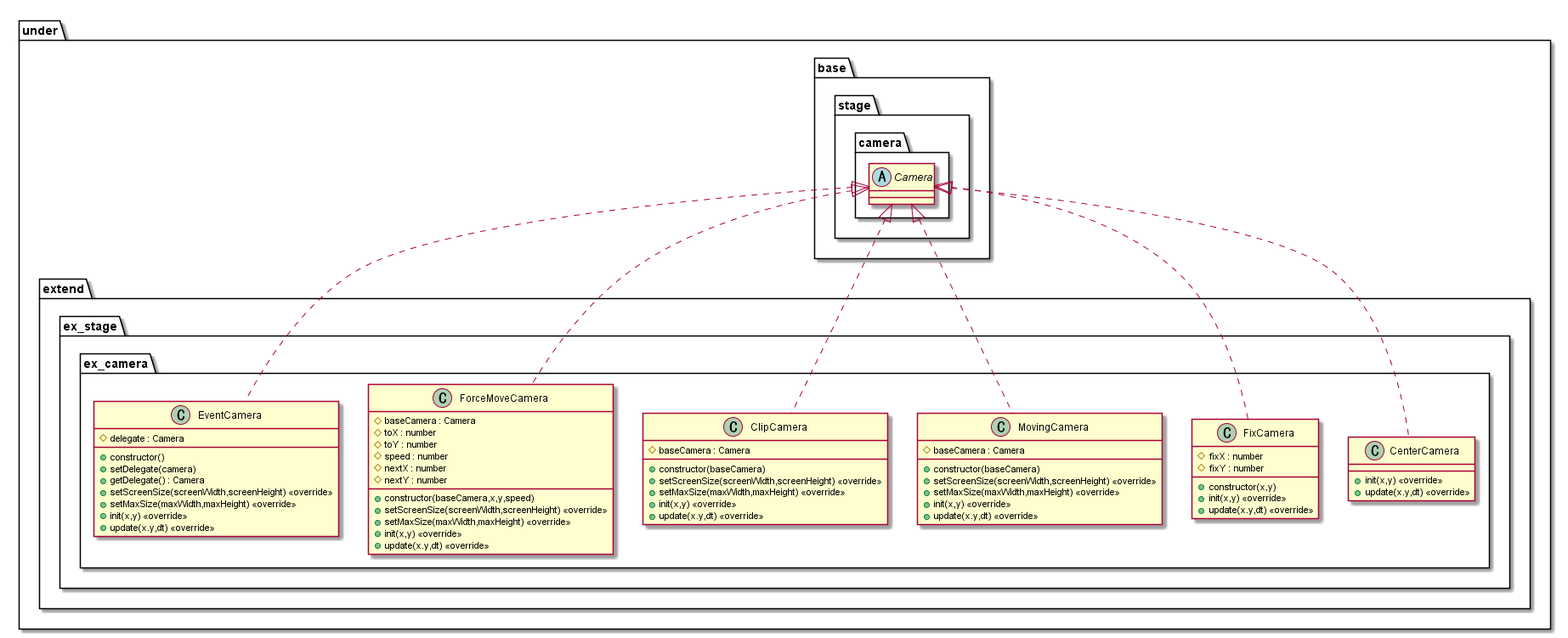
Before: out/uml/stage/ExtendCamera/StageExtendCamera.png, a diagram exported from PlantUML (Expine/Under).
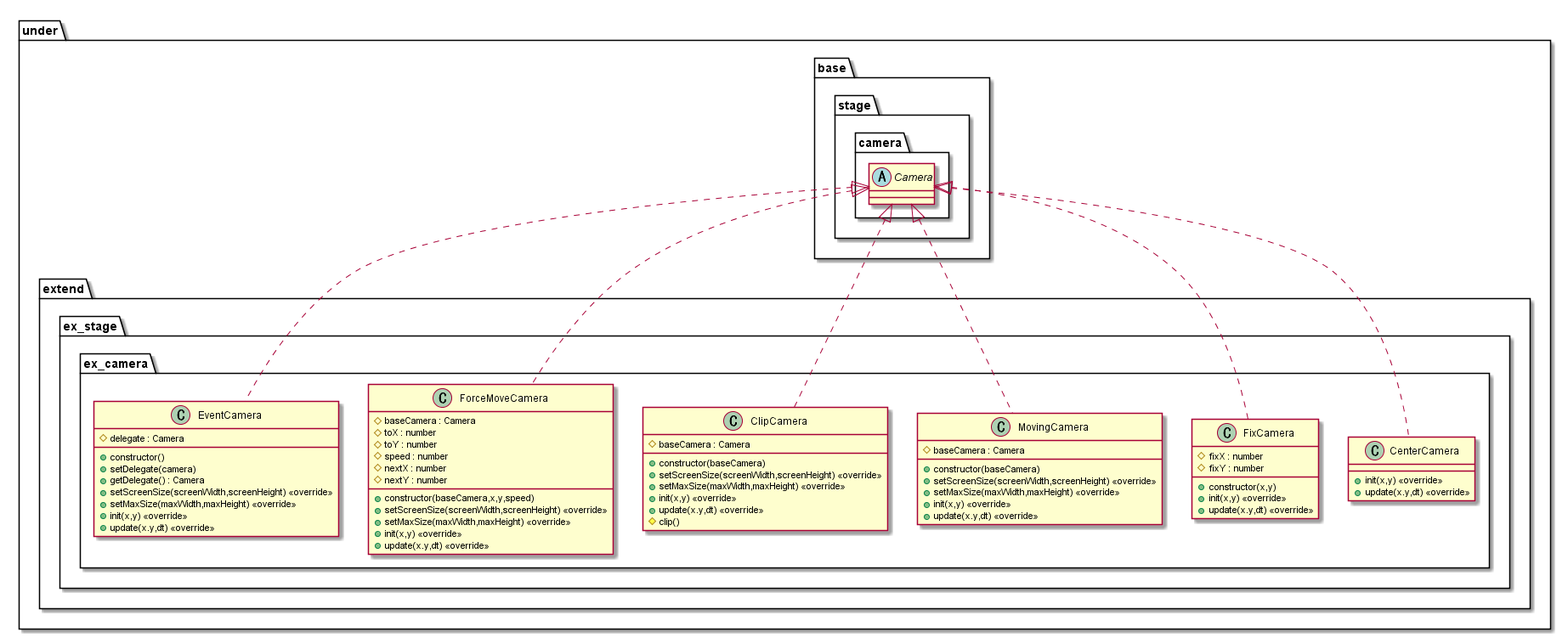
After the change.

Commit message:
Fix editor camera

The edit, as a diff of the source:
```diff
@@ -29,6 +29,7 @@
                     +setMaxSize(maxWidth,maxHeight) <<override>>
                     +init(x,y) <<override>>
                     +update(x.y,dt) <<override>>
+                    #clip()
                 }
                 class ForceMoveCamera {
                     +constructor(baseCamera,x,y,speed)
```
